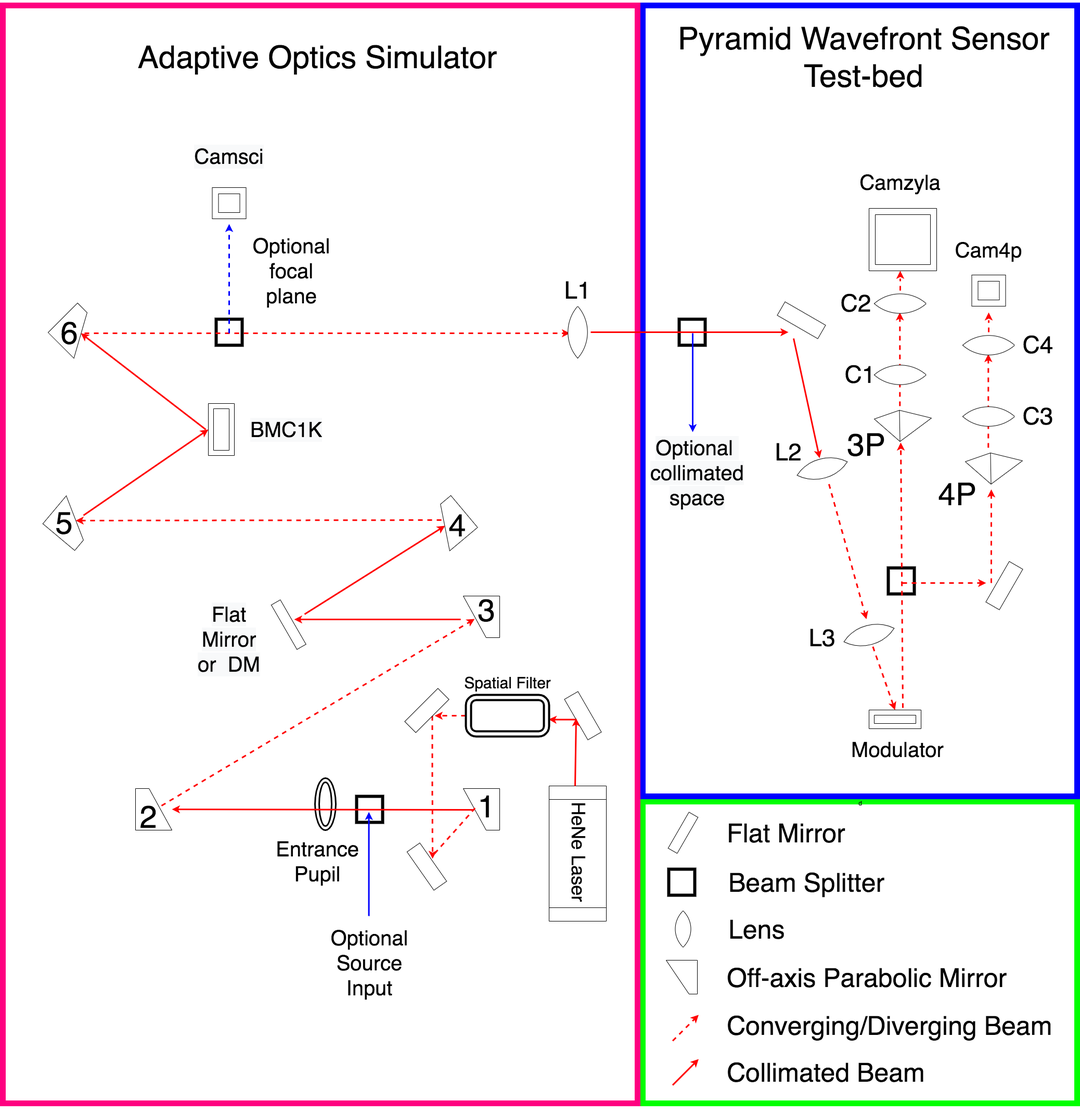
Before: CACTI.png, a diagram exported from draw.io (laurenschatz/CACTIpaper). Source tidied: cells renumbered, new cells last; positions are measured from the earlier drawing's top-left corner, leaving out a move shared by most shapes.
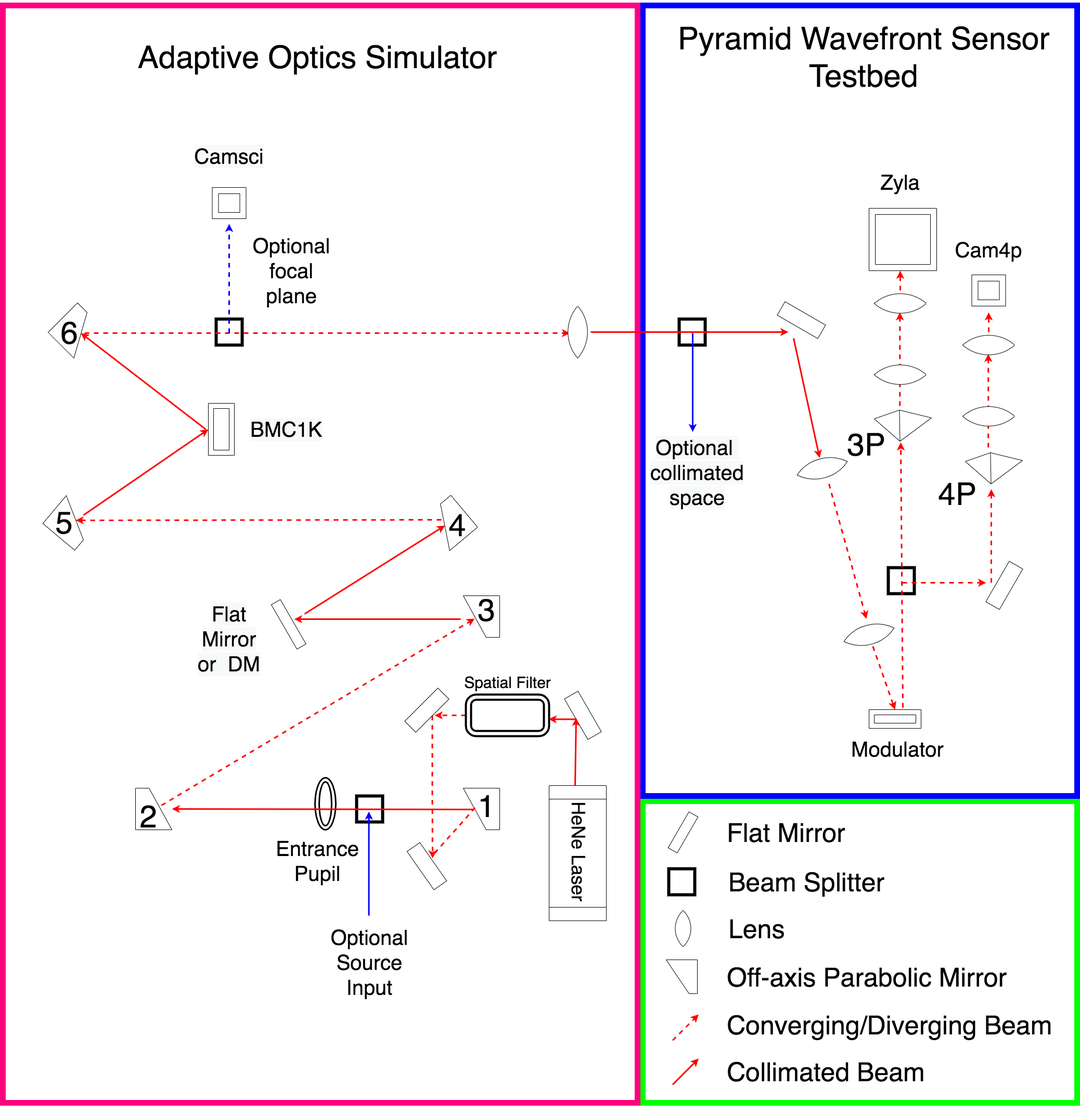
Later version of the same file.

The edit, as a diff of the source:
```diff
@@ -5,7 +5,7 @@
     <mxCell id="2" style="verticalLabelPosition=bottom;verticalAlign=top;html=1;shape=mxgraph.basic.rect;fillColor2=none;strokeWidth=11;size=20;indent=5;fillColor=none;strokeColor=#00FF00;" parent="1" vertex="1">
       <mxGeometry x="1230" y="1540" width="835" height="580" as="geometry" />
     </mxCell>
-    <mxCell id="3" value="d" style="verticalLabelPosition=bottom;verticalAlign=top;html=1;shape=mxgraph.basic.rect;fillColor2=none;strokeWidth=11;size=20;indent=5;fillColor=none;strokeColor=#0000FF;" parent="1" vertex="1">
+    <mxCell id="3" style="verticalLabelPosition=bottom;verticalAlign=top;html=1;shape=mxgraph.basic.rect;fillColor2=none;strokeWidth=11;size=20;indent=5;fillColor=none;strokeColor=#0000FF;" parent="1" vertex="1">
       <mxGeometry x="1230" y="10" width="835" height="1520" as="geometry" />
     </mxCell>
     <mxCell id="4" style="whiteSpace=wrap;html=1;strokeWidth=6;" parent="1" vertex="1">
@@ -294,7 +294,7 @@
     <mxCell id="78" value="&lt;span style=&quot;color: rgb(0 , 0 , 0) ; font-family: &amp;#34;helvetica&amp;#34; ; font-size: 40px ; font-style: normal ; font-weight: 400 ; letter-spacing: normal ; text-indent: 0px ; text-transform: none ; word-spacing: 0px ; background-color: rgb(248 , 249 , 250) ; display: inline ; float: none&quot;&gt;Camsci&lt;/span&gt;" style="text;whiteSpace=wrap;html=1;align=center;" parent="1" vertex="1">
       <mxGeometry x="360" y="270" width="150" height="70" as="geometry" />
     </mxCell>
-    <mxCell id="79" value="&lt;font face=&quot;helvetica&quot;&gt;&lt;span style=&quot;font-size: 40px&quot;&gt;Camzyla&lt;/span&gt;&lt;/font&gt;" style="text;whiteSpace=wrap;html=1;align=center;" parent="1" vertex="1">
+    <mxCell id="79" value="&lt;font face=&quot;helvetica&quot;&gt;&lt;span style=&quot;font-size: 40px&quot;&gt;Zyla&lt;/span&gt;&lt;/font&gt;" style="text;whiteSpace=wrap;html=1;align=center;" parent="1" vertex="1">
       <mxGeometry x="1650" y="320" width="150" height="70" as="geometry" />
     </mxCell>
     <mxCell id="80" value="&lt;font face=&quot;helvetica&quot;&gt;&lt;span style=&quot;font-size: 40px&quot;&gt;Cam4p&lt;/span&gt;&lt;/font&gt;" style="text;whiteSpace=wrap;html=1;align=center;" parent="1" vertex="1">
@@ -312,7 +312,7 @@
     <mxCell id="84" value="&lt;span style=&quot;font-size: 60px&quot;&gt;Adaptive Optics Simulator&lt;/span&gt;" style="text;html=1;strokeColor=none;fillColor=none;align=center;verticalAlign=middle;whiteSpace=wrap;rounded=0;" parent="1" vertex="1">
       <mxGeometry x="205" width="800" height="220" as="geometry" />
     </mxCell>
-    <mxCell id="85" value="&lt;span style=&quot;font-size: 60px&quot;&gt;Pyramid Wavefront Sensor Test-bed&lt;/span&gt;" style="text;html=1;strokeColor=none;fillColor=none;align=center;verticalAlign=middle;whiteSpace=wrap;rounded=0;" parent="1" vertex="1">
+    <mxCell id="85" value="&lt;span style=&quot;font-size: 60px&quot;&gt;Pyramid Wavefront Sensor Testbed&lt;/span&gt;" style="text;html=1;strokeColor=none;fillColor=none;align=center;verticalAlign=middle;whiteSpace=wrap;rounded=0;" parent="1" vertex="1">
       <mxGeometry x="1255" width="800" height="220" as="geometry" />
     </mxCell>
     <mxCell id="86" style="rounded=0;whiteSpace=wrap;html=1;rotation=30;direction=south;" parent="1" vertex="1">
@@ -360,26 +360,5 @@
     <mxCell id="98" value="&lt;span style=&quot;font-size: 40px&quot;&gt;Optional focal plane&lt;/span&gt;" style="text;html=1;strokeColor=none;fillColor=none;align=center;verticalAlign=middle;whiteSpace=wrap;rounded=0;" parent="1" vertex="1">
       <mxGeometry x="470" y="470" width="170" height="100" as="geometry" />
     </mxCell>
-    <mxCell id="99" value="&lt;font style=&quot;font-size: 46px&quot;&gt;L1&lt;/font&gt;" style="text;html=1;strokeColor=none;fillColor=none;align=center;verticalAlign=middle;whiteSpace=wrap;rounded=0;" parent="1" vertex="1">
-      <mxGeometry x="1065" y="519.5" width="80" height="77" as="geometry" />
-    </mxCell>
-    <mxCell id="100" value="&lt;font style=&quot;font-size: 46px&quot;&gt;L2&lt;/font&gt;" style="text;html=1;strokeColor=none;fillColor=none;align=center;verticalAlign=middle;whiteSpace=wrap;rounded=0;" parent="1" vertex="1">
-      <mxGeometry x="1470" y="830" width="80" height="77" as="geometry" />
-    </mxCell>
-    <mxCell id="101" value="&lt;font style=&quot;font-size: 46px&quot;&gt;L3&lt;/font&gt;" style="text;html=1;strokeColor=none;fillColor=none;align=center;verticalAlign=middle;whiteSpace=wrap;rounded=0;" parent="1" vertex="1">
-      <mxGeometry x="1535" y="1187" width="80" height="77" as="geometry" />
-    </mxCell>
-    <mxCell id="102" value="&lt;font style=&quot;font-size: 46px&quot;&gt;C1&lt;/font&gt;" style="text;html=1;strokeColor=none;fillColor=none;align=center;verticalAlign=middle;whiteSpace=wrap;rounded=0;" parent="1" vertex="1">
-      <mxGeometry x="1607.5" y="681.5" width="80" height="77" as="geometry" />
-    </mxCell>
-    <mxCell id="103" value="&lt;font style=&quot;font-size: 46px&quot;&gt;C2&lt;/font&gt;" style="text;html=1;strokeColor=none;fillColor=none;align=center;verticalAlign=middle;whiteSpace=wrap;rounded=0;" parent="1" vertex="1">
-      <mxGeometry x="1600" y="544.5" width="80" height="77" as="geometry" />
-    </mxCell>
-    <mxCell id="104" value="&lt;font style=&quot;font-size: 46px&quot;&gt;C3&lt;/font&gt;" style="text;html=1;strokeColor=none;fillColor=none;align=center;verticalAlign=middle;whiteSpace=wrap;rounded=0;" parent="1" vertex="1">
-      <mxGeometry x="1950" y="761.5" width="80" height="77" as="geometry" />
-    </mxCell>
-    <mxCell id="105" value="&lt;font style=&quot;font-size: 46px&quot;&gt;C4&lt;/font&gt;" style="text;html=1;strokeColor=none;fillColor=none;align=center;verticalAlign=middle;whiteSpace=wrap;rounded=0;" parent="1" vertex="1">
-      <mxGeometry x="1950" y="624.5" width="80" height="77" as="geometry" />
-    </mxCell>
   </root>
 </mxGraphModel>
```
